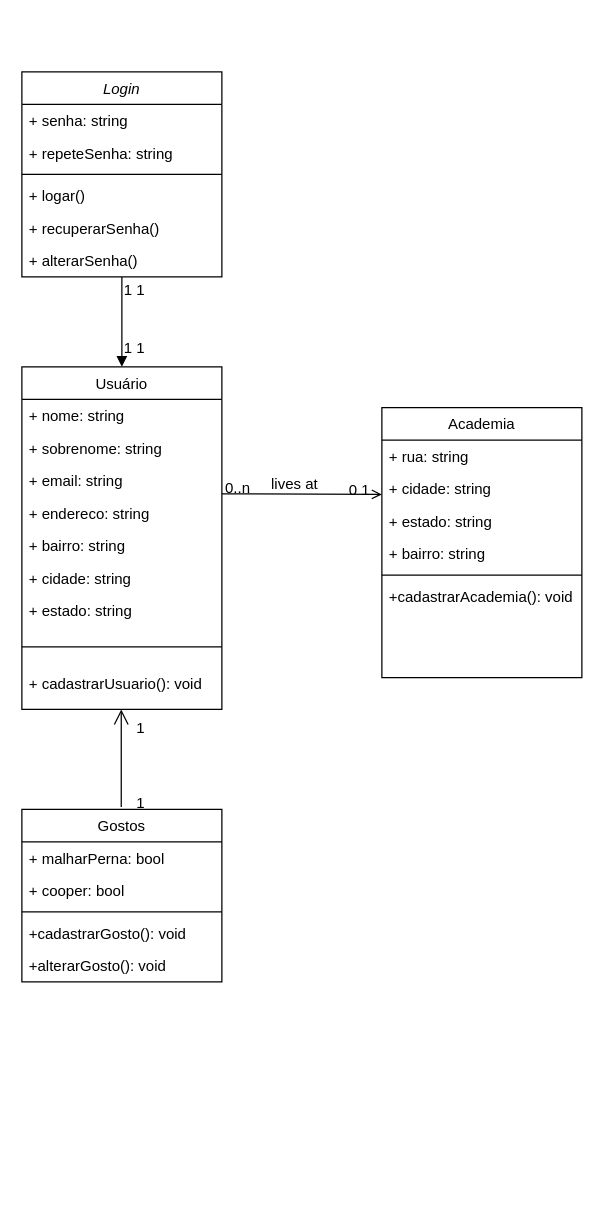
This is src/Diagrama_de_Classes.drawio from ICEI-PUC-Minas-PMV-ADS/pmv-ads-2022-2-e2-proj-int-t4-pmv-ads-2022-2-e2-proj-int-t4-academia, a draw.io file, before an edit. Source tidied: cells renumbered, new cells numbered last; positions are measured from the earlier drawing's top-left corner, leaving out a move shared by most shapes. Both pictures are drawn from the tidied source at 125%, with x=0, y=0 at pixel (21, 71).
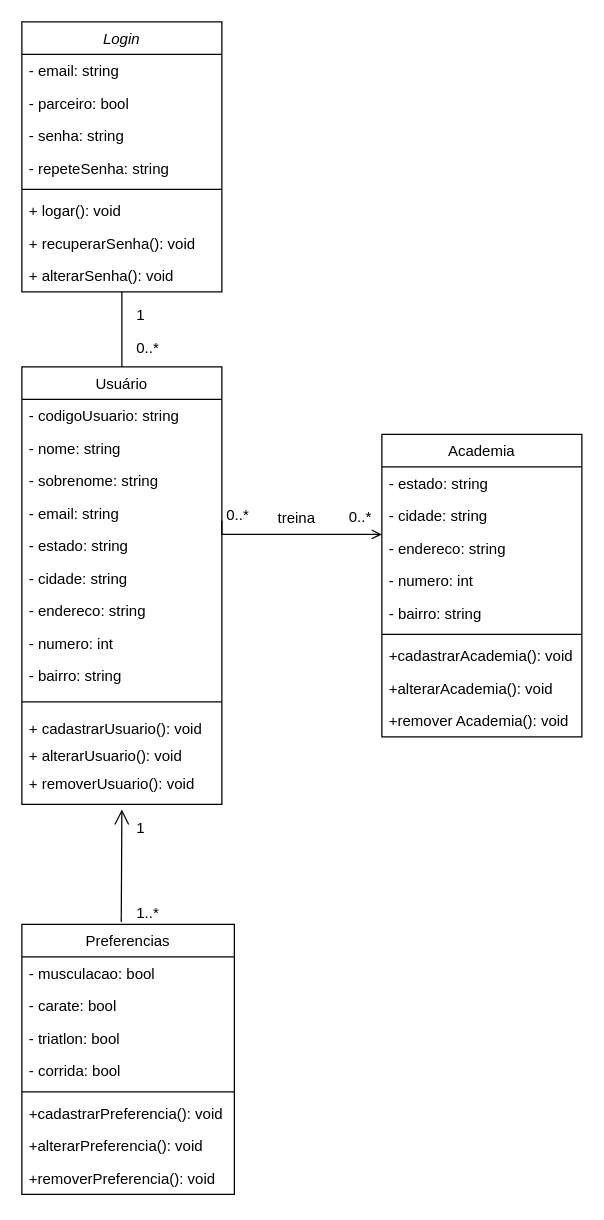
Above is the later version.

Commit message:
Alterando associações, atributos e métodos

What changed in the source:
```diff
@@
     <mxCell id="2" value="Login" style="swimlane;fontStyle=2;align=center;verticalAlign=top;horizontal=1;startSize=26;rounded=0;shadow=0;strokeWidth=1;" parent="1" vertex="1">
-      <mxGeometry width="160" height="164" as="geometry" />
+      <mxGeometry y="-40" width="160" height="216" as="geometry" />
     </mxCell>
+    <mxCell id="42" value="- email: string" style="text;align=left;verticalAlign=top;spacingLeft=4;spacingRight=4;overflow=hidden;" parent="2" vertex="1">
+      <mxGeometry y="26" width="160" height="26" as="geometry" />
+    </mxCell>
+    <mxCell id="43" value="- parceiro: bool" style="text;align=left;verticalAlign=top;spacingLeft=4;spacingRight=4;overflow=hidden;" parent="2" vertex="1">
+      <mxGeometry y="52" width="160" height="26" as="geometry" />
+    </mxCell>
-    <mxCell id="3" value="+ senha: string" style="text;align=left;verticalAlign=top;spacingLeft=4;spacingRight=4;overflow=hidden;" parent="2" vertex="1">
-      <mxGeometry y="26" width="160" height="26" as="geometry" />
+    <mxCell id="3" value="- senha: string" style="text;align=left;verticalAlign=top;spacingLeft=4;spacingRight=4;overflow=hidden;" parent="2" vertex="1">
+      <mxGeometry y="78" width="160" height="26" as="geometry" />
     </mxCell>
-    <mxCell id="4" value="+ repeteSenha: string" style="text;align=left;verticalAlign=top;spacingLeft=4;spacingRight=4;overflow=hidden;rounded=0;shadow=0;html=0;" parent="2" vertex="1">
-      <mxGeometry y="52" width="160" height="26" as="geometry" />
+    <mxCell id="4" value="- repeteSenha: string" style="text;align=left;verticalAlign=top;spacingLeft=4;spacingRight=4;overflow=hidden;rounded=0;shadow=0;html=0;" parent="2" vertex="1">
+      <mxGeometry y="104" width="160" height="26" as="geometry" />
     </mxCell>
     <mxCell id="5" style="line;html=1;strokeWidth=1;align=left;verticalAlign=middle;spacingTop=-1;spacingLeft=3;spacingRight=3;labelPosition=right;" parent="2" vertex="1">
-      <mxGeometry y="78" width="160" height="8" as="geometry" />
+      <mxGeometry y="130" width="160" height="8" as="geometry" />
     </mxCell>
-    <mxCell id="6" value="+ logar()&#10;" style="text;align=left;verticalAlign=top;spacingLeft=4;spacingRight=4;overflow=hidden;" parent="2" vertex="1">
-      <mxGeometry y="86" width="160" height="26" as="geometry" />
+    <mxCell id="6" value="+ logar(): void&#10;" style="text;align=left;verticalAlign=top;spacingLeft=4;spacingRight=4;overflow=hidden;" parent="2" vertex="1">
+      <mxGeometry y="138" width="160" height="26" as="geometry" />
     </mxCell>
-    <mxCell id="7" value="+ recuperarSenha()" style="text;align=left;verticalAlign=top;spacingLeft=4;spacingRight=4;overflow=hidden;" parent="2" vertex="1">
-      <mxGeometry y="112" width="160" height="26" as="geometry" />
+    <mxCell id="7" value="+ recuperarSenha(): void" style="text;align=left;verticalAlign=top;spacingLeft=4;spacingRight=4;overflow=hidden;" parent="2" vertex="1">
+      <mxGeometry y="164" width="160" height="26" as="geometry" />
     </mxCell>
-    <mxCell id="8" value="+ alterarSenha()" style="text;align=left;verticalAlign=top;spacingLeft=4;spacingRight=4;overflow=hidden;" parent="2" vertex="1">
-      <mxGeometry y="138" width="160" height="26" as="geometry" />
+    <mxCell id="8" value="+ alterarSenha(): void" style="text;align=left;verticalAlign=top;spacingLeft=4;spacingRight=4;overflow=hidden;" parent="2" vertex="1">
+      <mxGeometry y="190" width="160" height="26" as="geometry" />
     </mxCell>
     <mxCell id="9" value="Usuário" style="swimlane;fontStyle=0;align=center;verticalAlign=top;horizontal=1;startSize=26;rounded=0;shadow=0;strokeWidth=1;" parent="1" vertex="1">
-      <mxGeometry y="236" width="160" height="274" as="geometry" />
+      <mxGeometry y="236" width="160" height="350" as="geometry" />
     </mxCell>
-    <mxCell id="10" value="+ nome: string" style="text;align=left;verticalAlign=top;spacingLeft=4;spacingRight=4;overflow=hidden;" parent="9" vertex="1">
+    <mxCell id="10" value="- codigoUsuario: string" style="text;align=left;verticalAlign=top;spacingLeft=4;spacingRight=4;overflow=hidden;" parent="9" vertex="1">
       <mxGeometry y="26" width="160" height="26" as="geometry" />
     </mxCell>
+    <mxCell id="44" value="- nome: string" style="text;align=left;verticalAlign=top;spacingLeft=4;spacingRight=4;overflow=hidden;" parent="9" vertex="1">
+      <mxGeometry y="52" width="160" height="26" as="geometry" />
+    </mxCell>
-    <mxCell id="11" value="+ sobrenome: string" style="text;align=left;verticalAlign=top;spacingLeft=4;spacingRight=4;overflow=hidden;" parent="9" vertex="1">
-      <mxGeometry y="52" width="160" height="26" as="geometry" />
+    <mxCell id="11" value="- sobrenome: string" style="text;align=left;verticalAlign=top;spacingLeft=4;spacingRight=4;overflow=hidden;" parent="9" vertex="1">
+      <mxGeometry y="78" width="160" height="26" as="geometry" />
     </mxCell>
-    <mxCell id="12" value="+ email: string" style="text;align=left;verticalAlign=top;spacingLeft=4;spacingRight=4;overflow=hidden;" parent="9" vertex="1">
-      <mxGeometry y="78" width="160" height="26" as="geometry" />
+    <mxCell id="12" value="- email: string" style="text;align=left;verticalAlign=top;spacingLeft=4;spacingRight=4;overflow=hidden;" parent="9" vertex="1">
+      <mxGeometry y="104" width="160" height="26" as="geometry" />
     </mxCell>
+    <mxCell id="16" value="- estado: string" style="text;align=left;verticalAlign=top;spacingLeft=4;spacingRight=4;overflow=hidden;" parent="9" vertex="1">
+      <mxGeometry y="130" width="160" height="26" as="geometry" />
+    </mxCell>
+    <mxCell id="15" value="- cidade: string" style="text;align=left;verticalAlign=top;spacingLeft=4;spacingRight=4;overflow=hidden;" parent="9" vertex="1">
+      <mxGeometry y="156" width="160" height="26" as="geometry" />
+    </mxCell>
-    <mxCell id="13" value="+ endereco: string" style="text;align=left;verticalAlign=top;spacingLeft=4;spacingRight=4;overflow=hidden;" parent="9" vertex="1">
-      <mxGeometry y="104" width="160" height="26" as="geometry" />
+    <mxCell id="13" value="- endereco: string" style="text;align=left;verticalAlign=top;spacingLeft=4;spacingRight=4;overflow=hidden;" parent="9" vertex="1">
+      <mxGeometry y="182" width="160" height="26" as="geometry" />
     </mxCell>
+    <mxCell id="45" value="- numero: int" style="text;align=left;verticalAlign=top;spacingLeft=4;spacingRight=4;overflow=hidden;" parent="9" vertex="1">
+      <mxGeometry y="208" width="160" height="26" as="geometry" />
+    </mxCell>
-    <mxCell id="14" value="+ bairro: string" style="text;align=left;verticalAlign=top;spacingLeft=4;spacingRight=4;overflow=hidden;" parent="9" vertex="1">
-      <mxGeometry y="130" width="160" height="26" as="geometry" />
+    <mxCell id="14" value="- bairro: string" style="text;align=left;verticalAlign=top;spacingLeft=4;spacingRight=4;overflow=hidden;" parent="9" vertex="1">
+      <mxGeometry y="234" width="160" height="26" as="geometry" />
     </mxCell>
-    <mxCell id="15" value="+ cidade: string" style="text;align=left;verticalAlign=top;spacingLeft=4;spacingRight=4;overflow=hidden;" parent="9" vertex="1">
-      <mxGeometry y="156" width="160" height="26" as="geometry" />
-    </mxCell>
-    <mxCell id="16" value="+ estado: string" style="text;align=left;verticalAlign=top;spacingLeft=4;spacingRight=4;overflow=hidden;" parent="9" vertex="1">
-      <mxGeometry y="182" width="160" height="26" as="geometry" />
-    </mxCell>
     <mxCell id="17" style="line;html=1;strokeWidth=1;align=left;verticalAlign=middle;spacingTop=-1;spacingLeft=3;spacingRight=3;labelPosition=right;" parent="9" vertex="1">
-      <mxGeometry y="208" width="160" height="32" as="geometry" />
+      <mxGeometry y="260" width="160" height="16" as="geometry" />
     </mxCell>
+    <mxCell id="46" value="+ cadastrarUsuario(): void" style="text;align=left;verticalAlign=top;spacingLeft=4;spacingRight=4;overflow=hidden;" parent="9" vertex="1">
+      <mxGeometry y="276" width="160" height="22" as="geometry" />
+    </mxCell>
+    <mxCell id="47" value="+ alterarUsuario(): void" style="text;align=left;verticalAlign=top;spacingLeft=4;spacingRight=4;overflow=hidden;" parent="9" vertex="1">
+      <mxGeometry y="298" width="160" height="22" as="geometry" />
+    </mxCell>
-    <mxCell id="18" value="+ cadastrarUsuario(): void" style="text;align=left;verticalAlign=top;spacingLeft=4;spacingRight=4;overflow=hidden;" parent="9" vertex="1">
-      <mxGeometry y="240" width="160" height="26" as="geometry" />
+    <mxCell id="18" value="+ removerUsuario(): void" style="text;align=left;verticalAlign=top;spacingLeft=4;spacingRight=4;overflow=hidden;" parent="9" vertex="1">
+      <mxGeometry y="320" width="160" height="30" as="geometry" />
     </mxCell>
-    <mxCell id="19" style="endArrow=none;endSize=10;endFill=0;shadow=0;strokeWidth=1;rounded=0;edgeStyle=elbowEdgeStyle;elbow=vertical;startArrow=block;startFill=1;" parent="1" edge="1" source="9" target="2">
+    <mxCell id="19" style="endArrow=none;endSize=10;endFill=0;shadow=0;strokeWidth=1;rounded=0;edgeStyle=elbowEdgeStyle;elbow=vertical;startArrow=none;startFill=0;" parent="1" edge="1" source="9" target="2">
       <mxGeometry relative="1" as="geometry" />
     </mxCell>
     <mxCell id="20" value="Academia" style="swimlane;fontStyle=0;align=center;verticalAlign=top;horizontal=1;startSize=26;rounded=0;shadow=0;strokeWidth=1;" parent="1" vertex="1">
-      <mxGeometry x="288" y="268.5" width="160" height="216" as="geometry" />
+      <mxGeometry x="288" y="290" width="160" height="242" as="geometry" />
     </mxCell>
+    <mxCell id="23" value="- estado: string" style="text;align=left;verticalAlign=top;spacingLeft=4;spacingRight=4;overflow=hidden;" parent="20" vertex="1">
+      <mxGeometry y="26" width="160" height="26" as="geometry" />
+    </mxCell>
+    <mxCell id="22" value="- cidade: string" style="text;align=left;verticalAlign=top;spacingLeft=4;spacingRight=4;overflow=hidden;" parent="20" vertex="1">
+      <mxGeometry y="52" width="160" height="26" as="geometry" />
+    </mxCell>
-    <mxCell id="21" value="+ rua: string" style="text;align=left;verticalAlign=top;spacingLeft=4;spacingRight=4;overflow=hidden;" parent="20" vertex="1">
-      <mxGeometry y="26" width="160" height="26" as="geometry" />
+    <mxCell id="21" value="- endereco: string" style="text;align=left;verticalAlign=top;spacingLeft=4;spacingRight=4;overflow=hidden;" parent="20" vertex="1">
+      <mxGeometry y="78" width="160" height="26" as="geometry" />
     </mxCell>
-    <mxCell id="22" value="+ cidade: string" style="text;align=left;verticalAlign=top;spacingLeft=4;spacingRight=4;overflow=hidden;" parent="20" vertex="1">
-      <mxGeometry y="52" width="160" height="26" as="geometry" />
-    </mxCell>
-    <mxCell id="23" value="+ estado: string" style="text;align=left;verticalAlign=top;spacingLeft=4;spacingRight=4;overflow=hidden;" parent="20" vertex="1">
-      <mxGeometry y="78" width="160" height="26" as="geometry" />
-    </mxCell>
+    <mxCell id="48" value="- numero: int" style="text;align=left;verticalAlign=top;spacingLeft=4;spacingRight=4;overflow=hidden;" parent="20" vertex="1">
+      <mxGeometry y="104" width="160" height="26" as="geometry" />
+    </mxCell>
-    <mxCell id="24" value="+ bairro: string" style="text;align=left;verticalAlign=top;spacingLeft=4;spacingRight=4;overflow=hidden;" parent="20" vertex="1">
-      <mxGeometry y="104" width="160" height="26" as="geometry" />
+    <mxCell id="24" value="- bairro: string" style="text;align=left;verticalAlign=top;spacingLeft=4;spacingRight=4;overflow=hidden;" parent="20" vertex="1">
+      <mxGeometry y="130" width="160" height="26" as="geometry" />
     </mxCell>
     <mxCell id="25" style="line;html=1;strokeWidth=1;align=left;verticalAlign=middle;spacingTop=-1;spacingLeft=3;spacingRight=3;labelPosition=right;" parent="20" vertex="1">
-      <mxGeometry y="130" width="160" height="8" as="geometry" />
+      <mxGeometry y="156" width="160" height="8" as="geometry" />
     </mxCell>
     <mxCell id="26" value="+cadastrarAcademia(): void" style="text;align=left;verticalAlign=top;spacingLeft=4;spacingRight=4;overflow=hidden;fontStyle=0;" parent="20" vertex="1">
-      <mxGeometry y="138" width="160" height="26" as="geometry" />
+      <mxGeometry y="164" width="160" height="26" as="geometry" />
     </mxCell>
+    <mxCell id="49" value="+alterarAcademia(): void" style="text;align=left;verticalAlign=top;spacingLeft=4;spacingRight=4;overflow=hidden;fontStyle=0;" parent="20" vertex="1">
+      <mxGeometry y="190" width="160" height="26" as="geometry" />
+    </mxCell>
+    <mxCell id="50" value="+remover Academia(): void" style="text;align=left;verticalAlign=top;spacingLeft=4;spacingRight=4;overflow=hidden;fontStyle=0;" parent="20" vertex="1">
+      <mxGeometry y="216" width="160" height="26" as="geometry" />
+    </mxCell>
     <mxCell id="27" style="endArrow=open;shadow=0;strokeWidth=1;rounded=0;endFill=1;edgeStyle=elbowEdgeStyle;elbow=vertical;" parent="1" edge="1" target="20">
       <mxGeometry x="0.5" y="41" relative="1" as="geometry">
-        <mxPoint x="160" y="337.5" as="sourcePoint" />
+        <mxPoint x="160" y="359" as="sourcePoint" />
+        <Array as="points">
+          <mxPoint x="230" y="370" />
+        </Array>
         <mxPoint x="-40" y="32" as="offset" />
       </mxGeometry>
     </mxCell>
-    <mxCell id="28" value="0..n" style="align=left;verticalAlign=bottom;labelBackgroundColor=none;fontSize=12;" parent="27" vertex="1">
+    <mxCell id="28" value="0..*" style="align=left;verticalAlign=bottom;labelBackgroundColor=none;fontSize=12;" parent="27" vertex="1">
       <mxGeometry x="-1" relative="1" as="geometry">
-        <mxPoint x="1" y="4" as="offset" />
+        <mxPoint x="2" y="4" as="offset" />
       </mxGeometry>
     </mxCell>
-    <mxCell id="29" value="lives at" style="text;html=1;align=center;verticalAlign=middle;labelBackgroundColor=none;rounded=0;shadow=0;strokeWidth=1;fontSize=12;" parent="27" vertex="1">
-      <mxGeometry x="0.5" y="49" relative="1" as="geometry">
-        <mxPoint x="-38" y="40" as="offset" />
-      </mxGeometry>
-    </mxCell>
-    <mxCell id="30" value="Gostos" style="swimlane;fontStyle=0;align=center;verticalAlign=top;horizontal=1;startSize=26;rounded=0;shadow=0;strokeWidth=1;" parent="1" vertex="1">
-      <mxGeometry y="590" width="160" height="138" as="geometry" />
+    <mxCell id="30" value="Preferencias" style="swimlane;fontStyle=0;align=center;verticalAlign=top;horizontal=1;startSize=26;rounded=0;shadow=0;strokeWidth=1;" parent="1" vertex="1">
+      <mxGeometry y="682" width="170" height="216" as="geometry" />
     </mxCell>
-    <mxCell id="31" value="+ malharPerna: bool" style="text;align=left;verticalAlign=top;spacingLeft=4;spacingRight=4;overflow=hidden;" parent="30" vertex="1">
-      <mxGeometry y="26" width="160" height="26" as="geometry" />
+    <mxCell id="31" value="- musculacao: bool" style="text;align=left;verticalAlign=top;spacingLeft=4;spacingRight=4;overflow=hidden;" parent="30" vertex="1">
+      <mxGeometry y="26" width="170" height="26" as="geometry" />
     </mxCell>
-    <mxCell id="32" value="+ cooper: bool" style="text;align=left;verticalAlign=top;spacingLeft=4;spacingRight=4;overflow=hidden;rounded=0;shadow=0;html=0;" parent="30" vertex="1">
-      <mxGeometry y="52" width="160" height="26" as="geometry" />
+    <mxCell id="32" value="- carate: bool" style="text;align=left;verticalAlign=top;spacingLeft=4;spacingRight=4;overflow=hidden;rounded=0;shadow=0;html=0;" parent="30" vertex="1">
+      <mxGeometry y="52" width="170" height="26" as="geometry" />
     </mxCell>
+    <mxCell id="51" value="- triatlon: bool" style="text;align=left;verticalAlign=top;spacingLeft=4;spacingRight=4;overflow=hidden;rounded=0;shadow=0;html=0;" parent="30" vertex="1">
+      <mxGeometry y="78" width="170" height="26" as="geometry" />
+    </mxCell>
+    <mxCell id="52" value="- corrida: bool" style="text;align=left;verticalAlign=top;spacingLeft=4;spacingRight=4;overflow=hidden;rounded=0;shadow=0;html=0;" parent="30" vertex="1">
+      <mxGeometry y="104" width="170" height="26" as="geometry" />
+    </mxCell>
     <mxCell id="33" style="line;html=1;strokeWidth=1;align=left;verticalAlign=middle;spacingTop=-1;spacingLeft=3;spacingRight=3;labelPosition=right;" parent="30" vertex="1">
-      <mxGeometry y="78" width="160" height="8" as="geometry" />
+      <mxGeometry y="130" width="170" height="8" as="geometry" />
     </mxCell>
-    <mxCell id="34" value="+cadastrarGosto(): void" style="text;align=left;verticalAlign=top;spacingLeft=4;spacingRight=4;overflow=hidden;fontStyle=0;" parent="30" vertex="1">
-      <mxGeometry y="86" width="160" height="26" as="geometry" />
+    <mxCell id="34" value="+cadastrarPreferencia(): void" style="text;align=left;verticalAlign=top;spacingLeft=4;spacingRight=4;overflow=hidden;fontStyle=0;" parent="30" vertex="1">
+      <mxGeometry y="138" width="170" height="26" as="geometry" />
     </mxCell>
-    <mxCell id="35" value="+alterarGosto(): void" style="text;align=left;verticalAlign=top;spacingLeft=4;spacingRight=4;overflow=hidden;fontStyle=0;" parent="30" vertex="1">
-      <mxGeometry y="112" width="160" height="26" as="geometry" />
+    <mxCell id="35" value="+alterarPreferencia(): void" style="text;align=left;verticalAlign=top;spacingLeft=4;spacingRight=4;overflow=hidden;fontStyle=0;" parent="30" vertex="1">
+      <mxGeometry y="164" width="170" height="26" as="geometry" />
     </mxCell>
+    <mxCell id="53" value="+removerPreferencia(): void" style="text;align=left;verticalAlign=top;spacingLeft=4;spacingRight=4;overflow=hidden;fontStyle=0;" parent="30" vertex="1">
+      <mxGeometry y="190" width="170" height="26" as="geometry" />
+    </mxCell>
     <mxCell id="36" style="endArrow=open;endSize=10;endFill=0;shadow=0;strokeWidth=1;rounded=0;edgeStyle=elbowEdgeStyle;elbow=vertical;" parent="1" edge="1">
       <mxGeometry relative="1" as="geometry">
-        <mxPoint x="79.5" y="588" as="sourcePoint" />
-        <mxPoint x="79.5" y="510" as="targetPoint" />
+        <mxPoint x="79.5" y="680" as="sourcePoint" />
+        <mxPoint x="80" y="590" as="targetPoint" />
         <Array as="points">
-          <mxPoint x="80" y="588" />
+          <mxPoint x="80" y="680" />
         </Array>
       </mxGeometry>
     </mxCell>
-    <mxCell id="37" value="0 1" style="align=left;verticalAlign=bottom;labelBackgroundColor=none;fontSize=12;" parent="1" vertex="1">
-      <mxGeometry x="260" y="350" as="geometry">
+    <mxCell id="37" value="0..*" style="align=left;verticalAlign=bottom;labelBackgroundColor=none;fontSize=12;direction=north;" parent="1" vertex="1">
+      <mxGeometry x="260" y="371.5" as="geometry">
         <mxPoint y="-7" as="offset" />
       </mxGeometry>
     </mxCell>
-    <mxCell id="38" value="1 1" style="align=left;verticalAlign=bottom;labelBackgroundColor=none;fontSize=12;direction=south;" parent="1" vertex="1">
-      <mxGeometry x="80" y="190" as="geometry">
+    <mxCell id="38" value="1" style="align=left;verticalAlign=bottom;labelBackgroundColor=none;fontSize=12;direction=west;" parent="1" vertex="1">
+      <mxGeometry x="90" y="210" as="geometry">
         <mxPoint y="-7" as="offset" />
       </mxGeometry>
     </mxCell>
-    <mxCell id="39" value="1 1" style="align=left;verticalAlign=bottom;labelBackgroundColor=none;fontSize=12;direction=west;" parent="1" vertex="1">
-      <mxGeometry x="80" y="236" as="geometry">
+    <mxCell id="39" value="0..*" style="align=left;verticalAlign=bottom;labelBackgroundColor=none;fontSize=12;direction=west;" parent="1" vertex="1">
+      <mxGeometry x="90" y="236" as="geometry">
         <mxPoint y="-7" as="offset" />
       </mxGeometry>
     </mxCell>
     <mxCell id="40" value="1" style="align=left;verticalAlign=bottom;labelBackgroundColor=none;fontSize=12;direction=south;" parent="1" vertex="1">
-      <mxGeometry x="90" y="540" as="geometry">
+      <mxGeometry x="90" y="620" as="geometry">
         <mxPoint y="-7" as="offset" />
       </mxGeometry>
     </mxCell>
-    <mxCell id="41" value="1" style="align=left;verticalAlign=bottom;labelBackgroundColor=none;fontSize=12;" parent="1" vertex="1">
-      <mxGeometry x="90" y="600" as="geometry">
+    <mxCell id="41" value="1..*" style="align=left;verticalAlign=bottom;labelBackgroundColor=none;fontSize=12;" parent="1" vertex="1">
+      <mxGeometry x="90" y="688" as="geometry">
         <mxPoint y="-7" as="offset" />
       </mxGeometry>
     </mxCell>
+    <mxCell id="54" value="treina" style="text;html=1;strokeColor=none;fillColor=none;align=center;verticalAlign=middle;whiteSpace=wrap;rounded=0;" parent="1" vertex="1">
+      <mxGeometry x="190" y="341.5" width="60" height="30" as="geometry" />
+    </mxCell>
```
